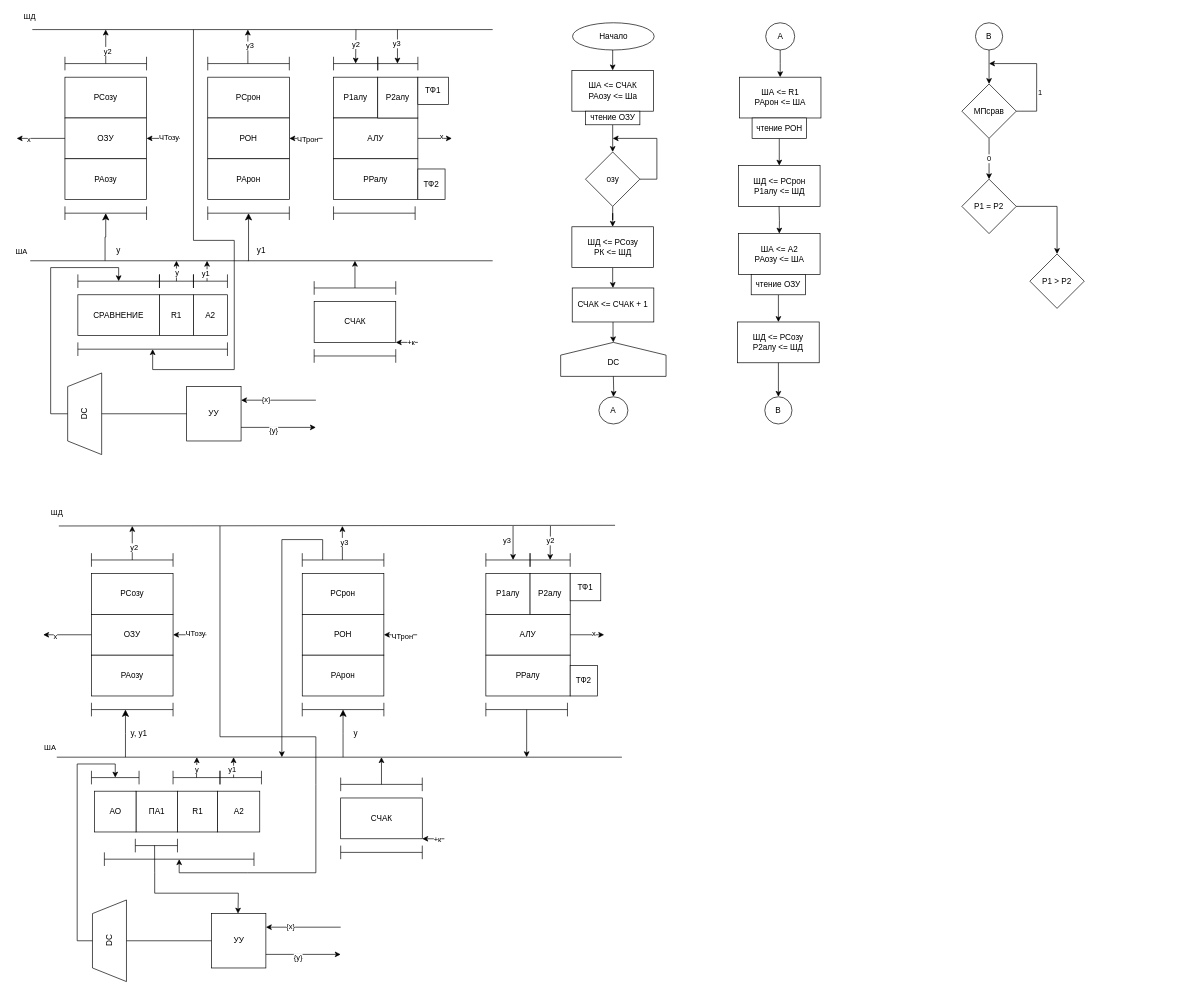
Above: Schematics/Untitled Diagram.drawio in Idontlikeni/fourth_semestr (draw.io), before the change. Source tidied: cells renumbered, new cells numbered last; positions are measured from the earlier drawing's top-left corner, leaving out a move shared by most shapes. Both pictures are drawn from the tidied source at 68%, with x=0, y=0 at pixel (16, 22).
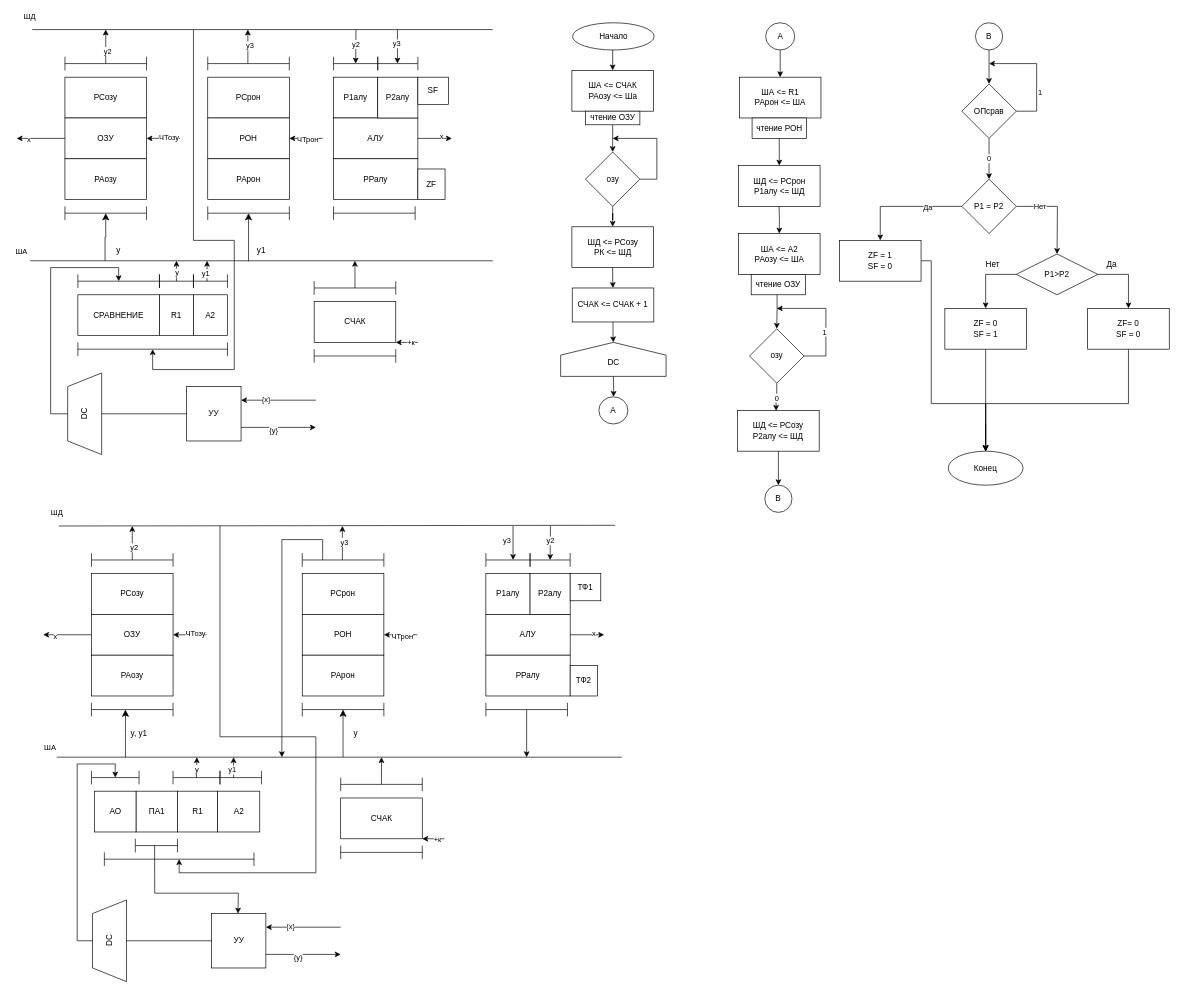
The same diagram, later.

Unchanged cells that the change refers to:
```xml
<mxCell id="170" value="чтение ОЗУ" style="rounded=0;whiteSpace=wrap;html=1;" parent="1" vertex="1">
  <mxGeometry x="1080.2" y="370" width="80" height="30" as="geometry" />
</mxCell>
<mxCell id="181" value="Р1 = Р2" style="rhombus;whiteSpace=wrap;html=1;" parent="1" vertex="1">
  <mxGeometry x="1390" y="230" width="80" height="80" as="geometry" />
</mxCell>
```

What changed in the source:
```diff
@@
-    <mxCell id="22" value="ТФ1" style="rounded=0;whiteSpace=wrap;html=1;" parent="1" vertex="1">
+    <mxCell id="22" value="SF" style="rounded=0;whiteSpace=wrap;html=1;" parent="1" vertex="1">
       <mxGeometry x="590" y="80" width="45" height="40" as="geometry" />
     </mxCell>
-    <mxCell id="23" value="ТФ2" style="rounded=0;whiteSpace=wrap;html=1;direction=south;" parent="1" vertex="1">
+    <mxCell id="23" value="ZF" style="rounded=0;whiteSpace=wrap;html=1;direction=south;" parent="1" vertex="1">
       <mxGeometry x="590" y="215" width="40" height="45" as="geometry" />
     </mxCell>
@@
-    <mxCell id="169" style="edgeStyle=orthogonalEdgeStyle;rounded=0;jettySize=auto;html=1;" parent="1" edge="1" source="170" target="171">
-      <mxGeometry relative="1" as="geometry" />
-    </mxCell>
@@
     <mxCell id="171" value="&lt;div&gt;ШД &amp;lt;= РСозу&lt;/div&gt;&lt;div&gt;Р2алу &amp;lt;= ШД&lt;/div&gt;" style="whiteSpace=wrap;html=1;rounded=0;" parent="1" vertex="1">
-      <mxGeometry x="1060.2" y="440" width="120" height="60" as="geometry" />
+      <mxGeometry x="1060.2" y="570" width="120" height="60" as="geometry" />
     </mxCell>
@@
     <mxCell id="173" value="B" style="ellipse;whiteSpace=wrap;html=1;rounded=0;" parent="1" vertex="1">
-      <mxGeometry x="1100.2" y="550" width="40" height="40" as="geometry" />
+      <mxGeometry x="1100.2" y="680" width="40" height="40" as="geometry" />
     </mxCell>
@@
-    <mxCell id="177" value="МПсрав" style="rhombus;whiteSpace=wrap;html=1;rounded=0;" parent="1" vertex="1">
+    <mxCell id="177" value="ОПсрав" style="rhombus;whiteSpace=wrap;html=1;rounded=0;" parent="1" vertex="1">
       <mxGeometry x="1390" y="90" width="80" height="80" as="geometry" />
     </mxCell>
@@
-    <mxCell id="180" style="edgeStyle=orthogonalEdgeStyle;rounded=0;jettySize=auto;html=1;" parent="1" edge="1" source="181" target="182">
-      <mxGeometry relative="1" as="geometry" />
+    <mxCell id="180" style="edgeStyle=orthogonalEdgeStyle;rounded=0;jettySize=auto;html=1;" parent="1" edge="1" source="181">
+      <mxGeometry relative="1" as="geometry">
+        <mxPoint x="1530" y="340" as="targetPoint" />
+      </mxGeometry>
     </mxCell>
+    <mxCell id="183" value="Нет" style="edgeLabel;html=1;align=center;verticalAlign=middle;" parent="180" vertex="1">
+      <mxGeometry x="-0.48" y="1" relative="1" as="geometry" />
+    </mxCell>
+    <mxCell id="184" style="edgeStyle=orthogonalEdgeStyle;rounded=0;jettySize=auto;html=1;" parent="1" edge="1" source="181" target="190">
+      <mxGeometry relative="1" as="geometry" />
+    </mxCell>
+    <mxCell id="185" value="Да" style="edgeLabel;html=1;align=center;verticalAlign=middle;" parent="184" vertex="1">
+      <mxGeometry x="-0.4" y="1" relative="1" as="geometry" />
+    </mxCell>
@@
-    <mxCell id="182" value="Р1 &amp;gt; Р2" style="rhombus;whiteSpace=wrap;html=1;" parent="1" vertex="1">
-      <mxGeometry x="1490" y="340" width="80" height="80" as="geometry" />
-    </mxCell>
+    <mxCell id="186" style="edgeStyle=orthogonalEdgeStyle;rounded=0;jettySize=auto;html=1;exitX=1;exitY=0.5;exitDx=0;exitDy=0;entryX=0.5;entryY=0;entryDx=0;entryDy=0;" parent="1" edge="1" source="188" target="194">
+      <mxGeometry relative="1" as="geometry" />
+    </mxCell>
+    <mxCell id="187" style="edgeStyle=orthogonalEdgeStyle;rounded=0;jettySize=auto;html=1;exitX=0;exitY=0.5;exitDx=0;exitDy=0;entryX=0.5;entryY=0;entryDx=0;entryDy=0;" parent="1" edge="1" source="188" target="192">
+      <mxGeometry relative="1" as="geometry" />
+    </mxCell>
+    <mxCell id="188" value="Р1&amp;gt;Р2" style="rhombus;whiteSpace=wrap;html=1;" parent="1" vertex="1">
+      <mxGeometry x="1470" y="340" width="120" height="60" as="geometry" />
+    </mxCell>
+    <mxCell id="189" style="edgeStyle=orthogonalEdgeStyle;rounded=0;jettySize=auto;html=1;entryX=0.5;entryY=0;entryDx=0;entryDy=0;" parent="1" edge="1" source="190" target="197">
+      <mxGeometry relative="1" as="geometry">
+        <Array as="points">
+          <mxPoint x="1345" y="350" />
+          <mxPoint x="1345" y="560" />
+          <mxPoint x="1425" y="560" />
+        </Array>
+      </mxGeometry>
+    </mxCell>
+    <mxCell id="190" value="&lt;div&gt;ZF = 1&lt;/div&gt;&lt;div&gt;SF = 0&lt;br&gt;&lt;/div&gt;" style="whiteSpace=wrap;html=1;" parent="1" vertex="1">
+      <mxGeometry x="1210" y="320" width="120" height="60" as="geometry" />
+    </mxCell>
+    <mxCell id="191" style="edgeStyle=orthogonalEdgeStyle;rounded=0;jettySize=auto;html=1;exitX=0.5;exitY=1;exitDx=0;exitDy=0;" parent="1" edge="1" source="192">
+      <mxGeometry relative="1" as="geometry">
+        <mxPoint x="1425" y="630" as="targetPoint" />
+      </mxGeometry>
+    </mxCell>
+    <mxCell id="192" value="&lt;div&gt;ZF = 0&lt;br&gt;&lt;/div&gt;&lt;div&gt;SF = 1&lt;/div&gt;" style="whiteSpace=wrap;html=1;" parent="1" vertex="1">
+      <mxGeometry x="1365" y="420" width="120" height="60" as="geometry" />
+    </mxCell>
+    <mxCell id="193" style="edgeStyle=orthogonalEdgeStyle;rounded=0;jettySize=auto;html=1;exitX=0.5;exitY=1;exitDx=0;exitDy=0;entryX=0.5;entryY=0;entryDx=0;entryDy=0;" parent="1" edge="1" source="194" target="197">
+      <mxGeometry relative="1" as="geometry">
+        <Array as="points">
+          <mxPoint x="1635" y="560" />
+          <mxPoint x="1425" y="560" />
+        </Array>
+      </mxGeometry>
+    </mxCell>
+    <mxCell id="194" value="ZF= 0&lt;br&gt;&lt;div&gt;SF = 0&lt;/div&gt;" style="whiteSpace=wrap;html=1;" parent="1" vertex="1">
+      <mxGeometry x="1575" y="420" width="120" height="60" as="geometry" />
+    </mxCell>
+    <mxCell id="195" value="Да" style="text;html=1;align=center;verticalAlign=middle;strokeColor=none;fillColor=none;" parent="1" vertex="1">
+      <mxGeometry x="1590" y="340" width="40" height="30" as="geometry" />
+    </mxCell>
+    <mxCell id="196" value="Нет" style="text;html=1;align=center;verticalAlign=middle;strokeColor=none;fillColor=none;" parent="1" vertex="1">
+      <mxGeometry x="1415" y="340" width="40" height="30" as="geometry" />
+    </mxCell>
+    <mxCell id="197" value="Конец" style="ellipse;whiteSpace=wrap;html=1;" parent="1" vertex="1">
+      <mxGeometry x="1370" y="630" width="110" height="50" as="geometry" />
+    </mxCell>
+    <mxCell id="198" style="edgeStyle=orthogonalEdgeStyle;rounded=0;jettySize=auto;html=1;exitX=0.5;exitY=1;exitDx=0;exitDy=0;entryX=0.5;entryY=0;entryDx=0;entryDy=0;" parent="1" edge="1" target="197">
+      <mxGeometry relative="1" as="geometry">
+        <mxPoint x="1425" y="590" as="sourcePoint" />
+        <Array as="points">
+          <mxPoint x="1425" y="630" />
+        </Array>
+      </mxGeometry>
+    </mxCell>
+    <mxCell id="199" style="edgeStyle=orthogonalEdgeStyle;rounded=0;jettySize=auto;html=1;entryX=0.5;entryY=0;entryDx=0;entryDy=0;" parent="1" edge="1" target="202">
+      <mxGeometry relative="1" as="geometry">
+        <mxPoint x="1118.3" y="400" as="sourcePoint" />
+        <Array as="points">
+          <mxPoint x="1118" y="421" />
+          <mxPoint x="1118" y="440" />
+        </Array>
+      </mxGeometry>
+    </mxCell>
+    <mxCell id="200" style="edgeStyle=orthogonalEdgeStyle;rounded=0;jettySize=auto;html=1;entryX=0.472;entryY=0.011;entryDx=0;entryDy=0;entryPerimeter=0;" parent="1" edge="1" source="202" target="171">
+      <mxGeometry relative="1" as="geometry" />
+    </mxCell>
+    <mxCell id="201" value="0" style="edgeLabel;html=1;align=center;verticalAlign=middle;" parent="200" vertex="1">
+      <mxGeometry x="-0.04" y="1" relative="1" as="geometry" />
+    </mxCell>
+    <mxCell id="202" value="озу" style="rhombus;whiteSpace=wrap;html=1;" parent="1" vertex="1">
+      <mxGeometry x="1077.8" y="450" width="80" height="80" as="geometry" />
+    </mxCell>
+    <mxCell id="203" style="endArrow=classic;html=1;rounded=0;exitX=1;exitY=0.5;exitDx=0;exitDy=0;" parent="1" edge="1" source="202">
+      <mxGeometry relative="1" as="geometry">
+        <mxPoint x="1117.8" y="420" as="targetPoint" />
+        <Array as="points">
+          <mxPoint x="1190" y="490" />
+          <mxPoint x="1190" y="420" />
+        </Array>
+      </mxGeometry>
+    </mxCell>
+    <mxCell id="204" value="1" style="edgeLabel;html=1;align=center;verticalAlign=middle;" parent="203" vertex="1">
+      <mxGeometry x="-0.22" y="3" relative="1" as="geometry" />
+    </mxCell>
```
